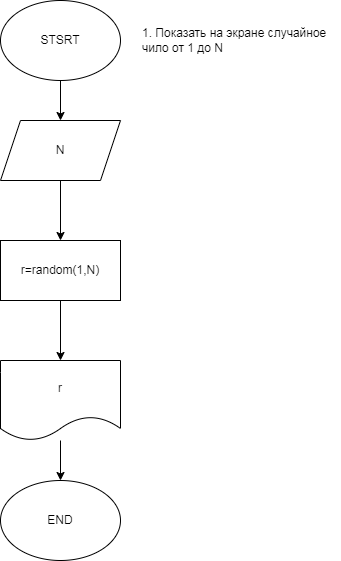
Before: ex000.drawio.png, a diagram exported from draw.io (Luba-Kravchenko/---). Source tidied: cells renumbered, new cells last; positions are measured from the earlier drawing's top-left corner, leaving out a move shared by most shapes.
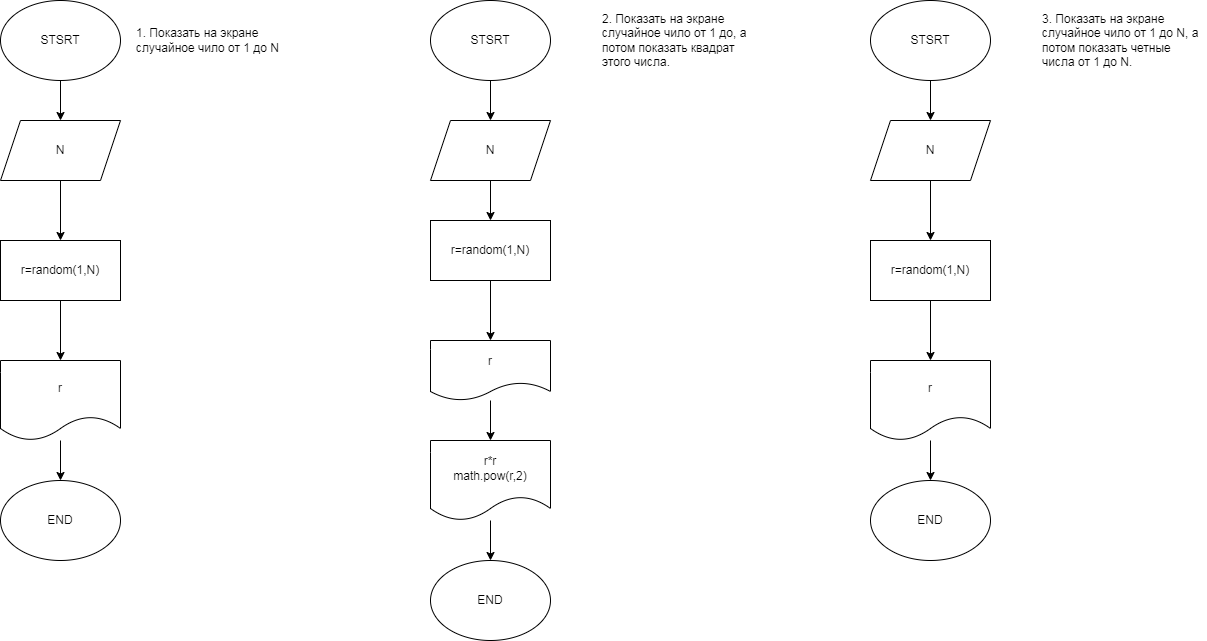
The same diagram one commit later.

Commit message:
Добавили задачи 2 и 3

What changed in the source:
```diff
@@ -30,7 +30,73 @@
       <mxGeometry y="480" width="120" height="80" as="geometry" />
     </mxCell>
     <mxCell id="11" value="1. Показать на экране случайное чило от 1 до N" style="text;html=1;strokeColor=none;fillColor=none;align=left;verticalAlign=middle;whiteSpace=wrap;rounded=0;" parent="1" vertex="1">
-      <mxGeometry x="140" width="200" height="80" as="geometry" />
+      <mxGeometry x="134" width="166" height="80" as="geometry" />
     </mxCell>
+    <mxCell id="12" style="edgeStyle=none;html=1;" parent="1" edge="1" source="13" target="15">
+      <mxGeometry relative="1" as="geometry" />
+    </mxCell>
+    <mxCell id="13" value="STSRT" style="ellipse;whiteSpace=wrap;html=1;" parent="1" vertex="1">
+      <mxGeometry x="430" width="120" height="80" as="geometry" />
+    </mxCell>
+    <mxCell id="14" style="edgeStyle=none;html=1;" parent="1" edge="1" source="15" target="17">
+      <mxGeometry relative="1" as="geometry" />
+    </mxCell>
+    <mxCell id="15" value="N" style="shape=parallelogram;perimeter=parallelogramPerimeter;whiteSpace=wrap;html=1;fixedSize=1;" parent="1" vertex="1">
+      <mxGeometry x="430" y="120" width="120" height="60" as="geometry" />
+    </mxCell>
+    <mxCell id="16" style="edgeStyle=none;html=1;" parent="1" edge="1" source="17" target="19">
+      <mxGeometry relative="1" as="geometry" />
+    </mxCell>
+    <mxCell id="17" value="r=random(1,N)" style="rounded=0;whiteSpace=wrap;html=1;" parent="1" vertex="1">
+      <mxGeometry x="430" y="220" width="120" height="60" as="geometry" />
+    </mxCell>
+    <mxCell id="18" style="edgeStyle=none;html=1;" parent="1" edge="1" source="19" target="22">
+      <mxGeometry relative="1" as="geometry" />
+    </mxCell>
+    <mxCell id="19" value="r" style="shape=document;whiteSpace=wrap;html=1;boundedLbl=1;" parent="1" vertex="1">
+      <mxGeometry x="430" y="340" width="120" height="60" as="geometry" />
+    </mxCell>
+    <mxCell id="20" value="END" style="ellipse;whiteSpace=wrap;html=1;" parent="1" vertex="1">
+      <mxGeometry x="430" y="560" width="120" height="80" as="geometry" />
+    </mxCell>
+    <mxCell id="21" style="edgeStyle=none;html=1;" parent="1" edge="1" source="22" target="20">
+      <mxGeometry relative="1" as="geometry" />
+    </mxCell>
+    <mxCell id="22" value="r*r&lt;br&gt;math.pow(r,2)" style="shape=document;whiteSpace=wrap;html=1;boundedLbl=1;" parent="1" vertex="1">
+      <mxGeometry x="430" y="440" width="120" height="80" as="geometry" />
+    </mxCell>
+    <mxCell id="23" style="edgeStyle=none;html=1;" parent="1" edge="1" source="24" target="26">
+      <mxGeometry relative="1" as="geometry" />
+    </mxCell>
+    <mxCell id="24" value="STSRT" style="ellipse;whiteSpace=wrap;html=1;" parent="1" vertex="1">
+      <mxGeometry x="870" width="120" height="80" as="geometry" />
+    </mxCell>
+    <mxCell id="25" style="edgeStyle=none;html=1;" parent="1" edge="1" source="26" target="28">
+      <mxGeometry relative="1" as="geometry" />
+    </mxCell>
+    <mxCell id="26" value="N" style="shape=parallelogram;perimeter=parallelogramPerimeter;whiteSpace=wrap;html=1;fixedSize=1;" parent="1" vertex="1">
+      <mxGeometry x="870" y="120" width="120" height="60" as="geometry" />
+    </mxCell>
+    <mxCell id="27" style="edgeStyle=none;html=1;" parent="1" edge="1" source="28" target="30">
+      <mxGeometry relative="1" as="geometry" />
+    </mxCell>
+    <mxCell id="28" value="r=random(1,N)" style="rounded=0;whiteSpace=wrap;html=1;" parent="1" vertex="1">
+      <mxGeometry x="870" y="240" width="120" height="60" as="geometry" />
+    </mxCell>
+    <mxCell id="29" style="edgeStyle=none;html=1;" parent="1" edge="1" source="30" target="31">
+      <mxGeometry relative="1" as="geometry" />
+    </mxCell>
+    <mxCell id="30" value="r" style="shape=document;whiteSpace=wrap;html=1;boundedLbl=1;" parent="1" vertex="1">
+      <mxGeometry x="870" y="360" width="120" height="80" as="geometry" />
+    </mxCell>
+    <mxCell id="31" value="END" style="ellipse;whiteSpace=wrap;html=1;" parent="1" vertex="1">
+      <mxGeometry x="870" y="480" width="120" height="80" as="geometry" />
+    </mxCell>
+    <mxCell id="32" value="2. Показать на экране случайное чило от 1 до, а потом показать квадрат этого числа." style="text;html=1;strokeColor=none;fillColor=none;align=left;verticalAlign=middle;whiteSpace=wrap;rounded=0;" parent="1" vertex="1">
+      <mxGeometry x="600" width="166" height="80" as="geometry" />
+    </mxCell>
+    <mxCell id="33" value="3. Показать на экране случайное чило от 1 до N, а потом показать четные числа от 1 до N." style="text;html=1;strokeColor=none;fillColor=none;align=left;verticalAlign=middle;whiteSpace=wrap;rounded=0;" parent="1" vertex="1">
+      <mxGeometry x="1040" width="166" height="80" as="geometry" />
+    </mxCell>
   </root>
 </mxGraphModel>
```
